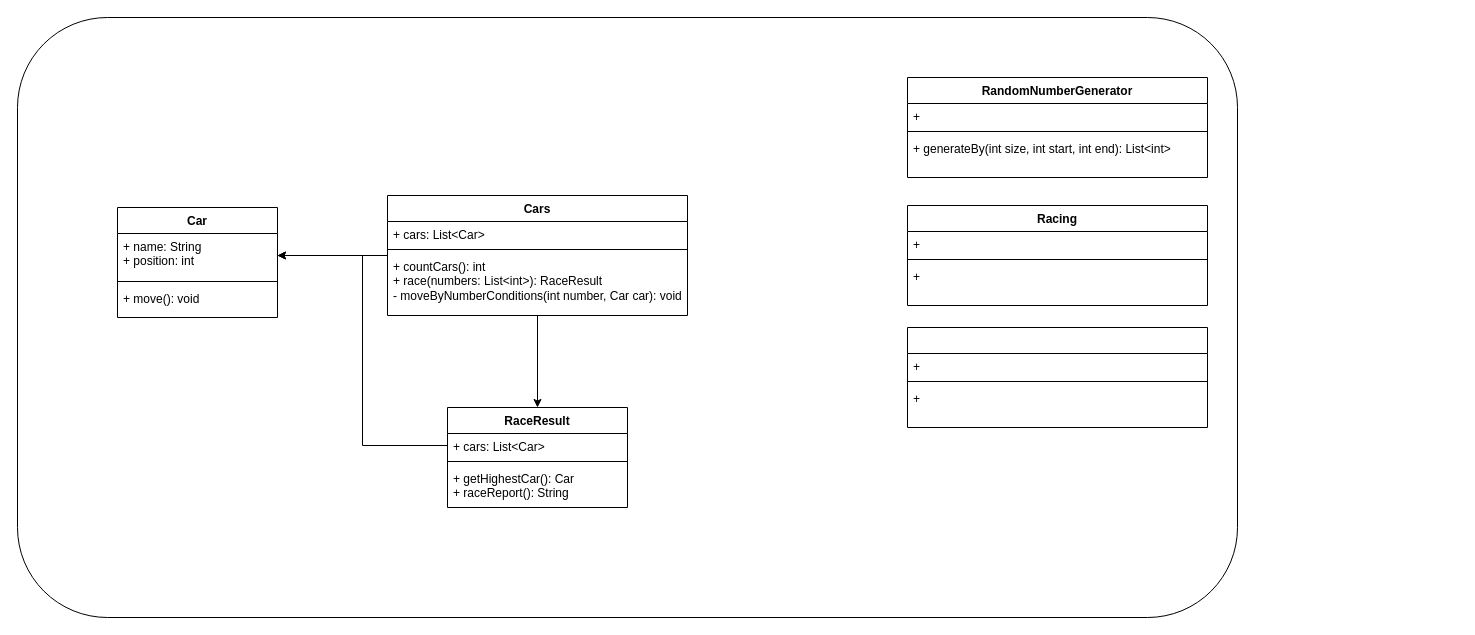
gonza-st/racingcar-playground keeps this draw.io diagram as racingcar.drawio. Above is the earlier version. Source tidied: cells renumbered, new cells numbered last; positions are measured from the earlier drawing's top-left corner, leaving out a move shared by most shapes. Both pictures are drawn from the tidied source at 100%, with x=0, y=0 at pixel (17, 17).
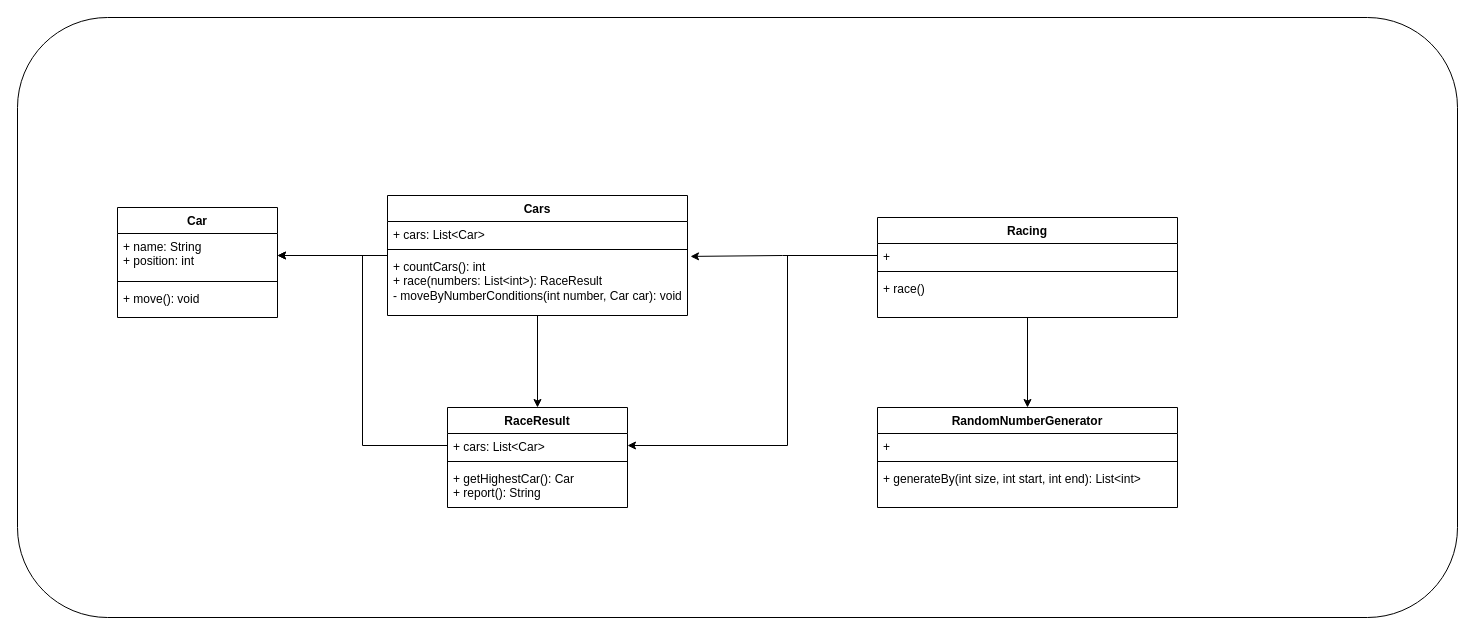
The same diagram, later.

Unchanged cells that the change refers to:
```xml
<mxCell id="12" value="+ countCars(): int&lt;div&gt;+ race(numbers: List&amp;lt;int&amp;gt;): RaceResult&lt;/div&gt;&lt;div&gt;- moveByNumberConditions(int number, Car car): void&lt;/div&gt;" style="text;strokeColor=none;fillColor=none;align=left;verticalAlign=top;spacingLeft=4;spacingRight=4;overflow=hidden;points=[[0,0.5],[1,0.5]];portConstraint=eastwest;whiteSpace=wrap;html=1;" parent="9" vertex="1">
  <mxGeometry y="58" width="300" height="62" as="geometry" />
</mxCell>
<mxCell id="13" value="RaceResult" style="swimlane;fontStyle=1;align=center;verticalAlign=top;horizontal=1;startSize=26;whiteSpace=wrap;html=1;" parent="1" vertex="1">
  <mxGeometry x="430" y="390" width="180" height="100" as="geometry" />
</mxCell>
<mxCell id="14" value="+ cars: List&amp;lt;Car&amp;gt;" style="text;strokeColor=none;fillColor=none;align=left;verticalAlign=top;spacingLeft=4;spacingRight=4;overflow=hidden;points=[[0,0.5],[1,0.5]];portConstraint=eastwest;whiteSpace=wrap;html=1;" parent="13" vertex="1">
  <mxGeometry y="26" width="180" height="24" as="geometry" />
</mxCell>
<mxCell id="23" value="+&amp;nbsp;" style="text;strokeColor=none;fillColor=none;align=left;verticalAlign=top;spacingLeft=4;spacingRight=4;overflow=hidden;points=[[0,0.5],[1,0.5]];portConstraint=eastwest;whiteSpace=wrap;html=1;" parent="22" vertex="1">
  <mxGeometry y="26" width="300" height="24" as="geometry" />
</mxCell>
```

Diff of the diagram source:
```diff
@@
     <mxCell id="2" style="rounded=1;whiteSpace=wrap;html=1;" parent="1" vertex="1">
-      <mxGeometry width="1220" height="600" as="geometry" />
+      <mxGeometry width="1440" height="600" as="geometry" />
     </mxCell>
@@
-    <mxCell id="16" value="+ getHighestCar(): Car&lt;div&gt;+ raceReport(): String&lt;/div&gt;" style="text;strokeColor=none;fillColor=none;align=left;verticalAlign=top;spacingLeft=4;spacingRight=4;overflow=hidden;whiteSpace=wrap;html=1;" parent="13" vertex="1">
+    <mxCell id="16" value="+ getHighestCar(): Car&lt;div&gt;+ report(): String&lt;/div&gt;" style="text;strokeColor=none;fillColor=none;align=left;verticalAlign=top;spacingLeft=4;spacingRight=4;overflow=hidden;whiteSpace=wrap;html=1;" parent="13" vertex="1">
       <mxGeometry y="58" width="180" height="42" as="geometry" />
     </mxCell>
@@
     <mxCell id="18" value="RandomNumberGenerator" style="swimlane;fontStyle=1;align=center;verticalAlign=top;horizontal=1;startSize=26;whiteSpace=wrap;html=1;" parent="1" vertex="1">
-      <mxGeometry x="890" y="60" width="300" height="100" as="geometry" />
+      <mxGeometry x="860" y="390" width="300" height="100" as="geometry" />
     </mxCell>
@@
     <mxCell id="22" value="Racing" style="swimlane;fontStyle=1;align=center;verticalAlign=top;horizontal=1;startSize=26;whiteSpace=wrap;html=1;" parent="1" vertex="1">
-      <mxGeometry x="890" y="188" width="300" height="100" as="geometry" />
+      <mxGeometry x="860" y="200" width="300" height="100" as="geometry" />
     </mxCell>
@@
-    <mxCell id="25" value="+&amp;nbsp;" style="text;strokeColor=none;fillColor=none;align=left;verticalAlign=top;spacingLeft=4;spacingRight=4;overflow=hidden;whiteSpace=wrap;html=1;" parent="22" vertex="1">
+    <mxCell id="25" value="+ race()" style="text;strokeColor=none;fillColor=none;align=left;verticalAlign=top;spacingLeft=4;spacingRight=4;overflow=hidden;whiteSpace=wrap;html=1;" parent="22" vertex="1">
       <mxGeometry y="58" width="300" height="42" as="geometry" />
     </mxCell>
-    <mxCell id="26" style="swimlane;fontStyle=1;align=center;verticalAlign=top;horizontal=1;startSize=26;whiteSpace=wrap;html=1;" parent="1" vertex="1">
-      <mxGeometry x="890" y="310" width="300" height="100" as="geometry" />
-    </mxCell>
-    <mxCell id="27" value="+&amp;nbsp;" style="text;strokeColor=none;fillColor=none;align=left;verticalAlign=top;spacingLeft=4;spacingRight=4;overflow=hidden;whiteSpace=wrap;html=1;" parent="26" vertex="1">
-      <mxGeometry y="26" width="300" height="24" as="geometry" />
-    </mxCell>
-    <mxCell id="28" style="line;strokeWidth=1;fillColor=none;align=left;verticalAlign=middle;spacingTop=-1;spacingLeft=3;spacingRight=3;labelPosition=right;strokeColor=inherit;" parent="26" vertex="1">
-      <mxGeometry y="50" width="300" height="8" as="geometry" />
-    </mxCell>
-    <mxCell id="29" value="+&amp;nbsp;" style="text;strokeColor=none;fillColor=none;align=left;verticalAlign=top;spacingLeft=4;spacingRight=4;overflow=hidden;whiteSpace=wrap;html=1;" parent="26" vertex="1">
-      <mxGeometry y="58" width="300" height="42" as="geometry" />
-    </mxCell>
+    <mxCell id="30" style="edgeStyle=orthogonalEdgeStyle;rounded=0;jettySize=auto;html=1;entryX=1.01;entryY=0.047;entryDx=0;entryDy=0;entryPerimeter=0;exitX=0;exitY=0.5;exitDx=0;exitDy=0;" parent="1" edge="1" source="23" target="12">
+      <mxGeometry relative="1" as="geometry" />
+    </mxCell>
+    <mxCell id="31" style="edgeStyle=orthogonalEdgeStyle;rounded=0;jettySize=auto;html=1;entryX=1;entryY=0.5;entryDx=0;entryDy=0;" parent="1" edge="1" source="23" target="14">
+      <mxGeometry relative="1" as="geometry">
+        <Array as="points">
+          <mxPoint x="770" y="238" />
+          <mxPoint x="770" y="428" />
+        </Array>
+      </mxGeometry>
+    </mxCell>
+    <mxCell id="32" style="edgeStyle=orthogonalEdgeStyle;rounded=0;jettySize=auto;html=1;entryX=0.5;entryY=0;entryDx=0;entryDy=0;" parent="1" edge="1" source="22" target="18">
+      <mxGeometry relative="1" as="geometry" />
+    </mxCell>
```
